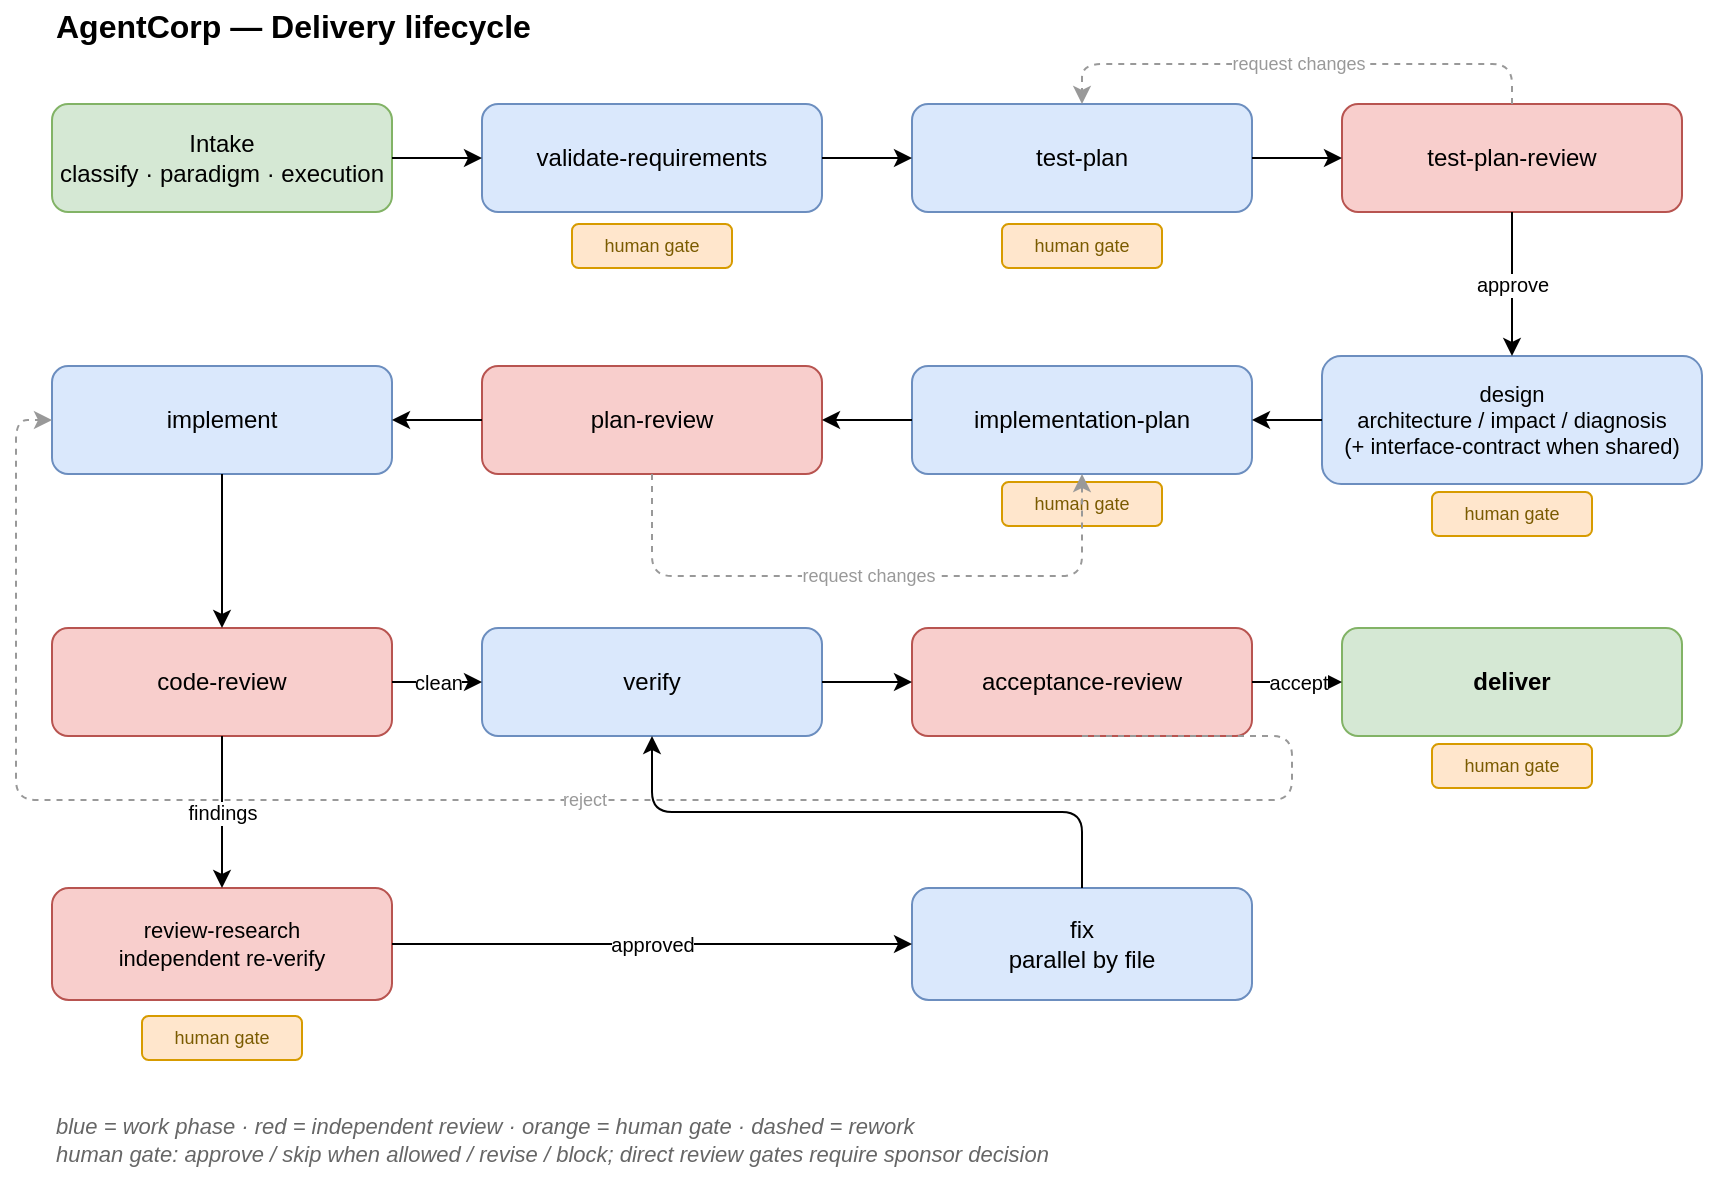
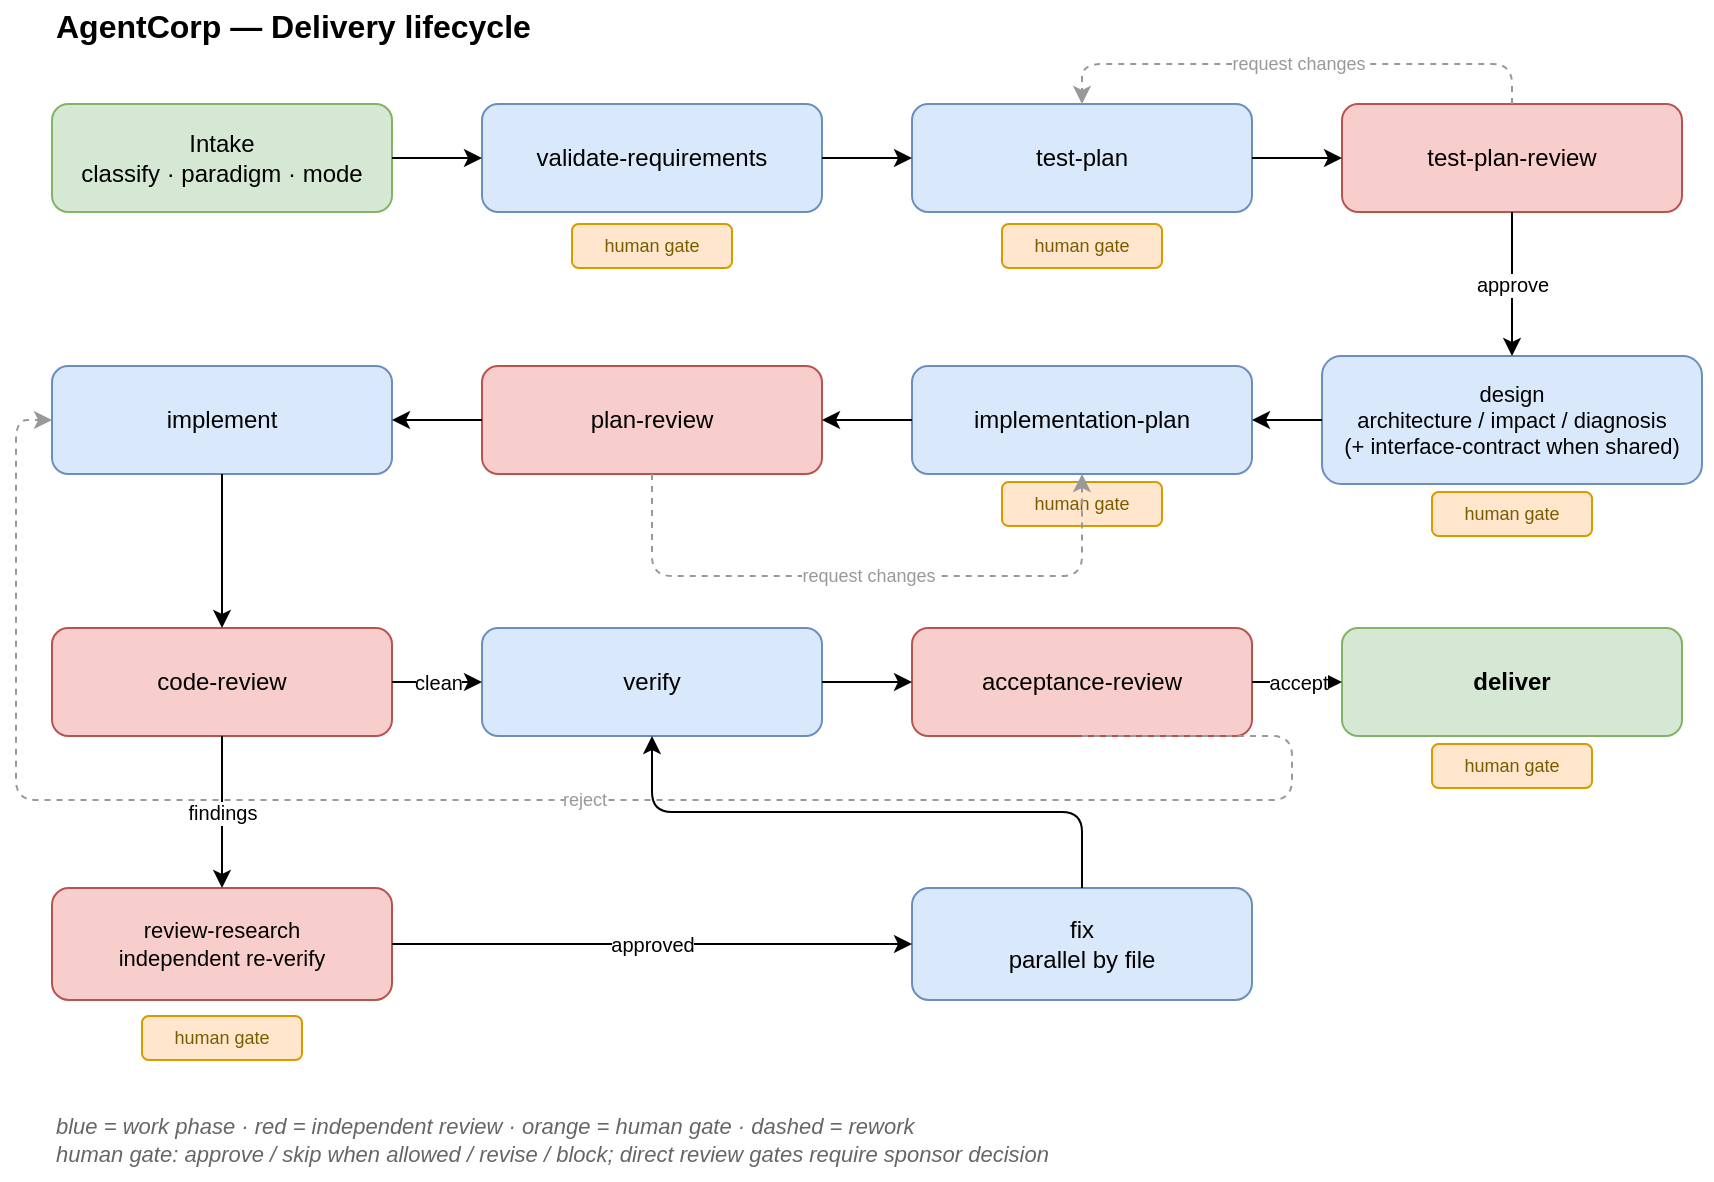
<mxGraphModel dx="900" dy="700" grid="1" gridSize="10" guides="1" tooltips="1" connect="1" arrows="1" fold="1" page="1" pageScale="1" pageWidth="900" pageHeight="610" math="0" shadow="0">
  <root>
    <mxCell id="0"/>
    <mxCell id="1" parent="0"/>
    <mxCell id="title" value="AgentCorp — Delivery lifecycle" style="text;html=1;align=left;verticalAlign=middle;fontSize=16;fontStyle=1;" vertex="1" parent="1"><mxGeometry x="40" y="12" width="500" height="26" as="geometry"/></mxCell>
-     <mxCell id="intake" value="Intake&#10;classify · paradigm · execution" style="rounded=1;whiteSpace=wrap;html=1;fillColor=#d5e8d4;strokeColor=#82b366;fontSize=12;" vertex="1" parent="1"><mxGeometry x="40" y="64" width="170" height="54" as="geometry"/></mxCell>
+     <mxCell id="intake" value="Intake&#10;classify · paradigm · mode" style="rounded=1;whiteSpace=wrap;html=1;fillColor=#d5e8d4;strokeColor=#82b366;fontSize=12;" vertex="1" parent="1"><mxGeometry x="40" y="64" width="170" height="54" as="geometry"/></mxCell>
    <mxCell id="req" value="validate-requirements" style="rounded=1;whiteSpace=wrap;html=1;fillColor=#dae8fc;strokeColor=#6c8ebf;fontSize=12;" vertex="1" parent="1"><mxGeometry x="255" y="64" width="170" height="54" as="geometry"/></mxCell>
    <mxCell id="tp" value="test-plan" style="rounded=1;whiteSpace=wrap;html=1;fillColor=#dae8fc;strokeColor=#6c8ebf;fontSize=12;" vertex="1" parent="1"><mxGeometry x="470" y="64" width="170" height="54" as="geometry"/></mxCell>
    <mxCell id="tpr" value="test-plan-review" style="rounded=1;whiteSpace=wrap;html=1;fillColor=#f8cecc;strokeColor=#b85450;fontSize=12;" vertex="1" parent="1"><mxGeometry x="685" y="64" width="170" height="54" as="geometry"/></mxCell>
    <mxCell id="design" value="design&#10;architecture / impact / diagnosis&#10;(+ interface-contract when shared)" style="rounded=1;whiteSpace=wrap;html=1;fillColor=#dae8fc;strokeColor=#6c8ebf;fontSize=11;" vertex="1" parent="1"><mxGeometry x="675" y="190" width="190" height="64" as="geometry"/></mxCell>
    <mxCell id="iplan" value="implementation-plan" style="rounded=1;whiteSpace=wrap;html=1;fillColor=#dae8fc;strokeColor=#6c8ebf;fontSize=12;" vertex="1" parent="1"><mxGeometry x="470" y="195" width="170" height="54" as="geometry"/></mxCell>
    <mxCell id="pr" value="plan-review" style="rounded=1;whiteSpace=wrap;html=1;fillColor=#f8cecc;strokeColor=#b85450;fontSize=12;" vertex="1" parent="1"><mxGeometry x="255" y="195" width="170" height="54" as="geometry"/></mxCell>
    <mxCell id="impl" value="implement" style="rounded=1;whiteSpace=wrap;html=1;fillColor=#dae8fc;strokeColor=#6c8ebf;fontSize=12;" vertex="1" parent="1"><mxGeometry x="40" y="195" width="170" height="54" as="geometry"/></mxCell>
    <mxCell id="cr" value="code-review" style="rounded=1;whiteSpace=wrap;html=1;fillColor=#f8cecc;strokeColor=#b85450;fontSize=12;" vertex="1" parent="1"><mxGeometry x="40" y="326" width="170" height="54" as="geometry"/></mxCell>
    <mxCell id="verify" value="verify" style="rounded=1;whiteSpace=wrap;html=1;fillColor=#dae8fc;strokeColor=#6c8ebf;fontSize=12;" vertex="1" parent="1"><mxGeometry x="255" y="326" width="170" height="54" as="geometry"/></mxCell>
    <mxCell id="acc" value="acceptance-review" style="rounded=1;whiteSpace=wrap;html=1;fillColor=#f8cecc;strokeColor=#b85450;fontSize=12;" vertex="1" parent="1"><mxGeometry x="470" y="326" width="170" height="54" as="geometry"/></mxCell>
    <mxCell id="deliver" value="deliver" style="rounded=1;whiteSpace=wrap;html=1;fillColor=#d5e8d4;strokeColor=#82b366;fontSize=12;fontStyle=1;" vertex="1" parent="1"><mxGeometry x="685" y="326" width="170" height="54" as="geometry"/></mxCell>
    <mxCell id="rr" value="review-research&#10;independent re-verify" style="rounded=1;whiteSpace=wrap;html=1;fillColor=#f8cecc;strokeColor=#b85450;fontSize=11;" vertex="1" parent="1"><mxGeometry x="40" y="456" width="170" height="56" as="geometry"/></mxCell>
    <mxCell id="fix" value="fix&#10;parallel by file" style="rounded=1;whiteSpace=wrap;html=1;fillColor=#dae8fc;strokeColor=#6c8ebf;fontSize=12;" vertex="1" parent="1"><mxGeometry x="470" y="456" width="170" height="56" as="geometry"/></mxCell>
    <mxCell id="hgreq" value="human gate" style="rounded=1;whiteSpace=wrap;html=1;fillColor=#ffe6cc;strokeColor=#d79b00;fontSize=9;fontColor=#7a5b00;" vertex="1" parent="1"><mxGeometry x="300" y="124" width="80" height="22" as="geometry"/></mxCell>
    <mxCell id="hgtp" value="human gate" style="rounded=1;whiteSpace=wrap;html=1;fillColor=#ffe6cc;strokeColor=#d79b00;fontSize=9;fontColor=#7a5b00;" vertex="1" parent="1"><mxGeometry x="515" y="124" width="80" height="22" as="geometry"/></mxCell>
    <mxCell id="hgdesign" value="human gate" style="rounded=1;whiteSpace=wrap;html=1;fillColor=#ffe6cc;strokeColor=#d79b00;fontSize=9;fontColor=#7a5b00;" vertex="1" parent="1"><mxGeometry x="730" y="258" width="80" height="22" as="geometry"/></mxCell>
    <mxCell id="hgiplan" value="human gate" style="rounded=1;whiteSpace=wrap;html=1;fillColor=#ffe6cc;strokeColor=#d79b00;fontSize=9;fontColor=#7a5b00;" vertex="1" parent="1"><mxGeometry x="515" y="253" width="80" height="22" as="geometry"/></mxCell>
    <mxCell id="hgdeliver" value="human gate" style="rounded=1;whiteSpace=wrap;html=1;fillColor=#ffe6cc;strokeColor=#d79b00;fontSize=9;fontColor=#7a5b00;" vertex="1" parent="1"><mxGeometry x="730" y="384" width="80" height="22" as="geometry"/></mxCell>
    <mxCell id="hgrr" value="human gate" style="rounded=1;whiteSpace=wrap;html=1;fillColor=#ffe6cc;strokeColor=#d79b00;fontSize=9;fontColor=#7a5b00;" vertex="1" parent="1"><mxGeometry x="85" y="520" width="80" height="22" as="geometry"/></mxCell>
    <mxCell id="legend" value="blue = work phase   ·   red = independent review   ·   orange = human gate   ·   dashed = rework&#10;human gate: approve / skip when allowed / revise / block; direct review gates require sponsor decision" style="text;html=1;align=left;verticalAlign=middle;fontSize=11;fontStyle=2;fontColor=#666666;" vertex="1" parent="1"><mxGeometry x="40" y="562" width="830" height="40" as="geometry"/></mxCell>
    <mxCell id="e1" style="edgeStyle=orthogonalEdgeStyle;rounded=1;html=1;endArrow=classic;exitX=1;exitY=0.5;entryX=0;entryY=0.5;" edge="1" parent="1" source="intake" target="req"><mxGeometry relative="1" as="geometry"/></mxCell>
    <mxCell id="e2" style="edgeStyle=orthogonalEdgeStyle;rounded=1;html=1;endArrow=classic;exitX=1;exitY=0.5;entryX=0;entryY=0.5;" edge="1" parent="1" source="req" target="tp"><mxGeometry relative="1" as="geometry"/></mxCell>
    <mxCell id="e3" style="edgeStyle=orthogonalEdgeStyle;rounded=1;html=1;endArrow=classic;exitX=1;exitY=0.5;entryX=0;entryY=0.5;" edge="1" parent="1" source="tp" target="tpr"><mxGeometry relative="1" as="geometry"/></mxCell>
    <mxCell id="e4" value="approve" style="edgeStyle=orthogonalEdgeStyle;rounded=1;html=1;endArrow=classic;exitX=0.5;exitY=1;entryX=0.5;entryY=0;fontSize=10;" edge="1" parent="1" source="tpr" target="design"><mxGeometry relative="1" as="geometry"/></mxCell>
    <mxCell id="e5" style="edgeStyle=orthogonalEdgeStyle;rounded=1;html=1;endArrow=classic;exitX=0;exitY=0.5;entryX=1;entryY=0.5;" edge="1" parent="1" source="design" target="iplan"><mxGeometry relative="1" as="geometry"/></mxCell>
    <mxCell id="e6" style="edgeStyle=orthogonalEdgeStyle;rounded=1;html=1;endArrow=classic;exitX=0;exitY=0.5;entryX=1;entryY=0.5;" edge="1" parent="1" source="iplan" target="pr"><mxGeometry relative="1" as="geometry"/></mxCell>
    <mxCell id="e7" style="edgeStyle=orthogonalEdgeStyle;rounded=1;html=1;endArrow=classic;exitX=0;exitY=0.5;entryX=1;entryY=0.5;" edge="1" parent="1" source="pr" target="impl"><mxGeometry relative="1" as="geometry"/></mxCell>
    <mxCell id="e8" style="edgeStyle=orthogonalEdgeStyle;rounded=1;html=1;endArrow=classic;exitX=0.5;exitY=1;entryX=0.5;entryY=0;" edge="1" parent="1" source="impl" target="cr"><mxGeometry relative="1" as="geometry"/></mxCell>
    <mxCell id="e9" value="clean" style="edgeStyle=orthogonalEdgeStyle;rounded=1;html=1;endArrow=classic;exitX=1;exitY=0.5;entryX=0;entryY=0.5;fontSize=10;" edge="1" parent="1" source="cr" target="verify"><mxGeometry relative="1" as="geometry"/></mxCell>
    <mxCell id="e10" style="edgeStyle=orthogonalEdgeStyle;rounded=1;html=1;endArrow=classic;exitX=1;exitY=0.5;entryX=0;entryY=0.5;" edge="1" parent="1" source="verify" target="acc"><mxGeometry relative="1" as="geometry"/></mxCell>
    <mxCell id="e11" value="accept" style="edgeStyle=orthogonalEdgeStyle;rounded=1;html=1;endArrow=classic;exitX=1;exitY=0.5;entryX=0;entryY=0.5;fontSize=10;" edge="1" parent="1" source="acc" target="deliver"><mxGeometry relative="1" as="geometry"/></mxCell>
    <mxCell id="e12" value="findings" style="edgeStyle=orthogonalEdgeStyle;rounded=1;html=1;endArrow=classic;exitX=0.5;exitY=1;entryX=0.5;entryY=0;fontSize=10;" edge="1" parent="1" source="cr" target="rr"><mxGeometry relative="1" as="geometry"/></mxCell>
    <mxCell id="e13" value="approved" style="edgeStyle=orthogonalEdgeStyle;rounded=1;html=1;endArrow=classic;exitX=1;exitY=0.5;entryX=0;entryY=0.5;fontSize=10;" edge="1" parent="1" source="rr" target="fix"><mxGeometry relative="1" as="geometry"/></mxCell>
    <mxCell id="e15" style="edgeStyle=orthogonalEdgeStyle;rounded=1;html=1;endArrow=classic;exitX=0.5;exitY=0;entryX=0.5;entryY=1;" edge="1" parent="1" source="fix" target="verify"><mxGeometry relative="1" as="geometry"/></mxCell>
    <mxCell id="l1" value="request changes" style="edgeStyle=orthogonalEdgeStyle;rounded=1;html=1;endArrow=classic;dashed=1;strokeColor=#999999;fontColor=#999999;exitX=0.5;exitY=0;entryX=0.5;entryY=0;fontSize=9;" edge="1" parent="1" source="tpr" target="tp"><mxGeometry relative="1" as="geometry"><Array as="points"><mxPoint x="770" y="44"/><mxPoint x="555" y="44"/></Array></mxGeometry></mxCell>
    <mxCell id="l2" value="request changes" style="edgeStyle=orthogonalEdgeStyle;rounded=1;html=1;endArrow=classic;dashed=1;strokeColor=#999999;fontColor=#999999;exitX=0.5;exitY=1;entryX=0.5;entryY=1;fontSize=9;" edge="1" parent="1" source="pr" target="iplan"><mxGeometry relative="1" as="geometry"><Array as="points"><mxPoint x="340" y="300"/><mxPoint x="555" y="300"/></Array></mxGeometry></mxCell>
    <mxCell id="l3" value="reject" style="edgeStyle=orthogonalEdgeStyle;rounded=1;html=1;endArrow=classic;dashed=1;strokeColor=#999999;fontColor=#999999;exitX=0.5;exitY=1;entryX=0;entryY=0.5;fontSize=9;" edge="1" parent="1" source="acc" target="impl"><mxGeometry relative="1" as="geometry"><Array as="points"><mxPoint x="660" y="412"/><mxPoint x="22" y="412"/><mxPoint x="22" y="222"/></Array></mxGeometry></mxCell>
  </root>
</mxGraphModel>
